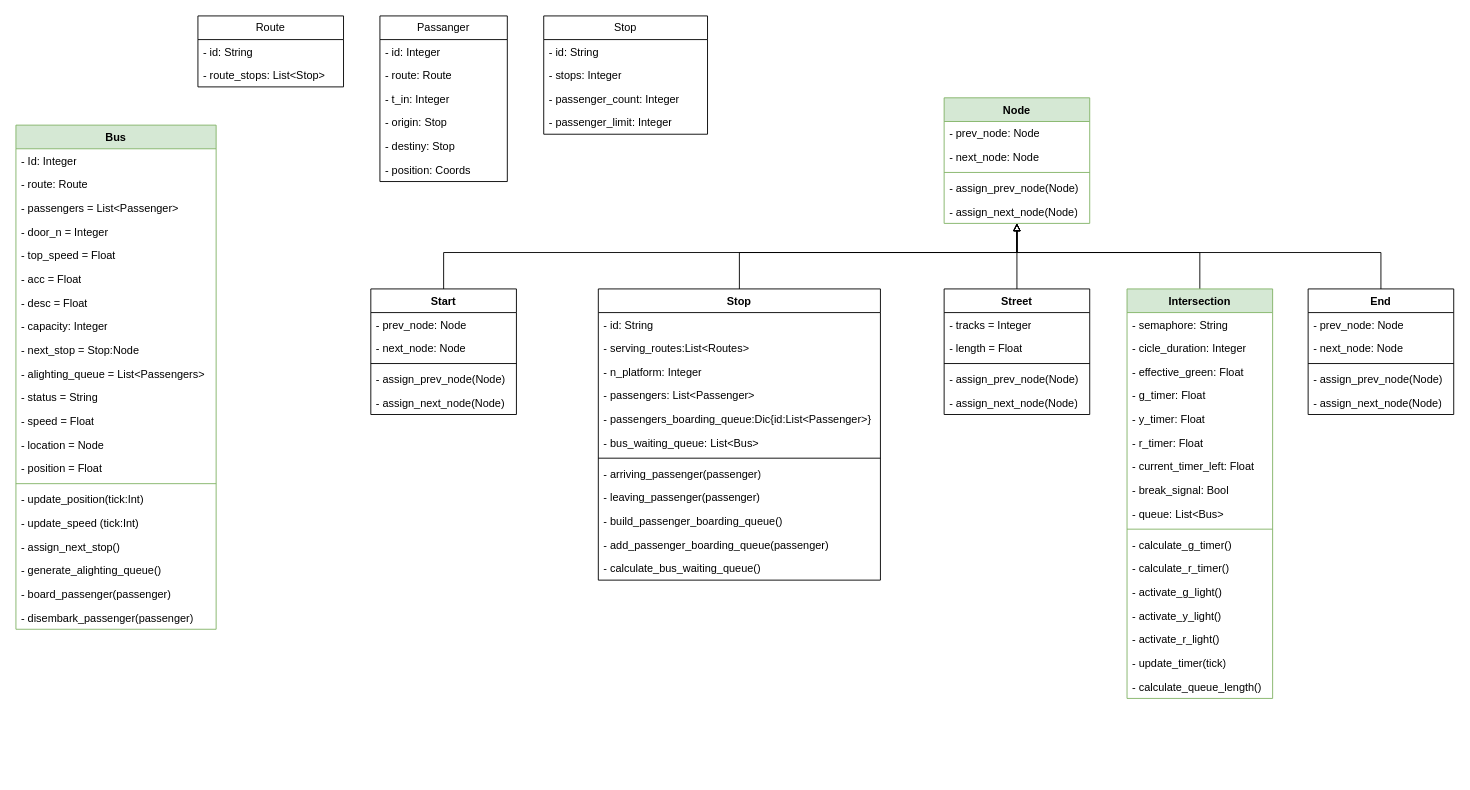
This is page "Class Diagram" (2 of 6) of Diagrams.drawio from SebastianGonzalezRP/SimVex, a draw.io file, before an edit. Source tidied: cells renumbered, new cells numbered last; positions are measured from the earlier drawing's top-left corner, leaving out a move shared by most shapes. Both pictures are drawn from the tidied source at 91%, with x=0, y=0 at pixel (15, 15).
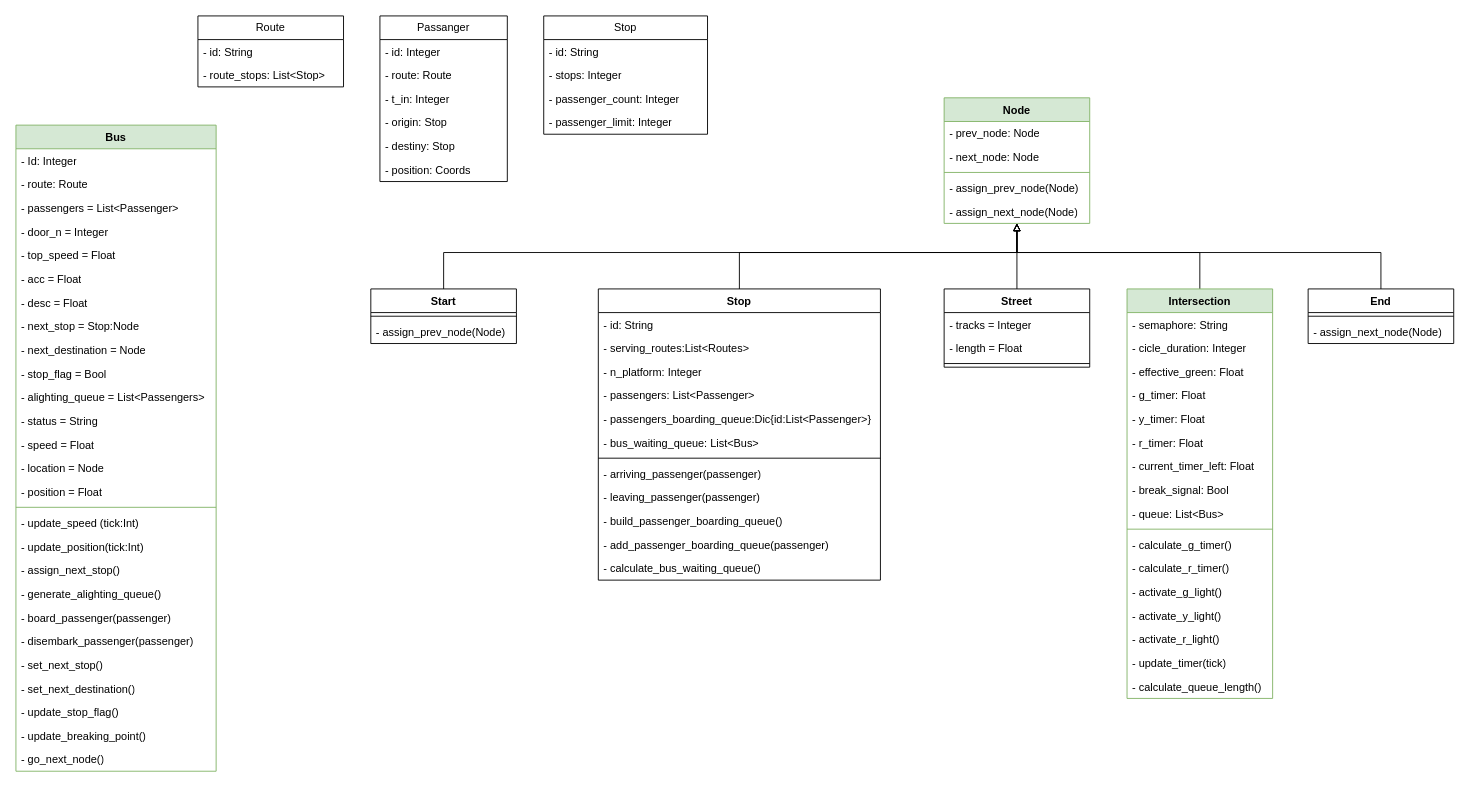
After the change.

Change to the diagram source:
```diff
@@
     <mxCell id="17" value="Bus" style="swimlane;fontStyle=1;align=center;verticalAlign=top;horizontal=1;startSize=26;whiteSpace=wrap;html=1;fillColor=#d5e8d4;strokeColor=#82b366;" parent="1" vertex="1">
-      <mxGeometry y="120" width="220" height="554" as="geometry" />
+      <mxGeometry y="120" width="220" height="710" as="geometry" />
     </mxCell>
@@
-    <mxCell id="25" value="- capacity: Integer" style="text;strokeColor=none;fillColor=none;align=left;verticalAlign=top;spacingLeft=4;spacingRight=4;overflow=hidden;whiteSpace=wrap;html=1;" parent="17" vertex="1">
-      <mxGeometry y="208" width="220" height="26" as="geometry" />
-    </mxCell>
     <mxCell id="26" value="- next_stop = Stop:Node" style="text;strokeColor=none;fillColor=none;align=left;verticalAlign=top;spacingLeft=4;spacingRight=4;overflow=hidden;whiteSpace=wrap;html=1;" parent="17" vertex="1">
-      <mxGeometry y="234" width="220" height="26" as="geometry" />
+      <mxGeometry y="208" width="220" height="26" as="geometry" />
     </mxCell>
+    <mxCell id="99" value="- next_destination = Node" style="text;strokeColor=none;fillColor=none;align=left;verticalAlign=top;spacingLeft=4;spacingRight=4;overflow=hidden;whiteSpace=wrap;html=1;" parent="17" vertex="1">
+      <mxGeometry y="234" width="220" height="26" as="geometry" />
+    </mxCell>
+    <mxCell id="100" value="- stop_flag = Bool" style="text;strokeColor=none;fillColor=none;align=left;verticalAlign=top;spacingLeft=4;spacingRight=4;overflow=hidden;whiteSpace=wrap;html=1;" parent="17" vertex="1">
+      <mxGeometry y="260" width="220" height="26" as="geometry" />
+    </mxCell>
     <mxCell id="27" value="-&amp;nbsp;alighting_queue = List&amp;lt;Passengers&amp;gt;" style="text;strokeColor=none;fillColor=none;align=left;verticalAlign=top;spacingLeft=4;spacingRight=4;overflow=hidden;whiteSpace=wrap;html=1;" parent="17" vertex="1">
-      <mxGeometry y="260" width="220" height="26" as="geometry" />
+      <mxGeometry y="286" width="220" height="26" as="geometry" />
     </mxCell>
     <mxCell id="28" value="-&amp;nbsp;status = String" style="text;strokeColor=none;fillColor=none;align=left;verticalAlign=top;spacingLeft=4;spacingRight=4;overflow=hidden;whiteSpace=wrap;html=1;" parent="17" vertex="1">
-      <mxGeometry y="286" width="220" height="26" as="geometry" />
+      <mxGeometry y="312" width="220" height="26" as="geometry" />
     </mxCell>
     <mxCell id="29" value="- speed = Float" style="text;strokeColor=none;fillColor=none;align=left;verticalAlign=top;spacingLeft=4;spacingRight=4;overflow=hidden;whiteSpace=wrap;html=1;" parent="17" vertex="1">
-      <mxGeometry y="312" width="220" height="26" as="geometry" />
+      <mxGeometry y="338" width="220" height="26" as="geometry" />
     </mxCell>
     <mxCell id="30" value="- location = Node" style="text;strokeColor=none;fillColor=none;align=left;verticalAlign=top;spacingLeft=4;spacingRight=4;overflow=hidden;whiteSpace=wrap;html=1;" parent="17" vertex="1">
-      <mxGeometry y="338" width="220" height="26" as="geometry" />
+      <mxGeometry y="364" width="220" height="26" as="geometry" />
     </mxCell>
     <mxCell id="31" value="- position = Float" style="text;strokeColor=none;fillColor=none;align=left;verticalAlign=top;spacingLeft=4;spacingRight=4;overflow=hidden;whiteSpace=wrap;html=1;" parent="17" vertex="1">
-      <mxGeometry y="364" width="220" height="26" as="geometry" />
+      <mxGeometry y="390" width="220" height="26" as="geometry" />
     </mxCell>
     <mxCell id="32" style="line;strokeWidth=1;fillColor=none;align=left;verticalAlign=middle;spacingTop=-1;spacingLeft=3;spacingRight=3;labelPosition=right;strokeColor=inherit;" parent="17" vertex="1">
-      <mxGeometry y="390" width="220" height="8" as="geometry" />
+      <mxGeometry y="416" width="220" height="8" as="geometry" />
     </mxCell>
+    <mxCell id="34" value="-&amp;nbsp;update_speed (tick:Int)" style="text;strokeColor=none;fillColor=none;align=left;verticalAlign=top;spacingLeft=4;spacingRight=4;overflow=hidden;whiteSpace=wrap;html=1;" parent="17" vertex="1">
+      <mxGeometry y="424" width="220" height="26" as="geometry" />
+    </mxCell>
     <mxCell id="33" value="-&amp;nbsp;update_position(tick:Int)" style="text;strokeColor=none;fillColor=none;align=left;verticalAlign=top;spacingLeft=4;spacingRight=4;overflow=hidden;whiteSpace=wrap;html=1;" parent="17" vertex="1">
-      <mxGeometry y="398" width="220" height="26" as="geometry" />
+      <mxGeometry y="450" width="220" height="26" as="geometry" />
     </mxCell>
-    <mxCell id="34" value="-&amp;nbsp;update_speed (tick:Int)" style="text;strokeColor=none;fillColor=none;align=left;verticalAlign=top;spacingLeft=4;spacingRight=4;overflow=hidden;whiteSpace=wrap;html=1;" parent="17" vertex="1">
-      <mxGeometry y="424" width="220" height="26" as="geometry" />
-    </mxCell>
     <mxCell id="35" value="- assign_next_stop()" style="text;strokeColor=none;fillColor=none;align=left;verticalAlign=top;spacingLeft=4;spacingRight=4;overflow=hidden;whiteSpace=wrap;html=1;" parent="17" vertex="1">
-      <mxGeometry y="450" width="220" height="26" as="geometry" />
+      <mxGeometry y="476" width="220" height="26" as="geometry" />
     </mxCell>
     <mxCell id="36" value="-&amp;nbsp;generate_alighting_queue()" style="text;strokeColor=none;fillColor=none;align=left;verticalAlign=top;spacingLeft=4;spacingRight=4;overflow=hidden;whiteSpace=wrap;html=1;" parent="17" vertex="1">
-      <mxGeometry y="476" width="220" height="26" as="geometry" />
+      <mxGeometry y="502" width="220" height="26" as="geometry" />
     </mxCell>
     <mxCell id="37" value="-&amp;nbsp;board_passenger(passenger)" style="text;strokeColor=none;fillColor=none;align=left;verticalAlign=top;spacingLeft=4;spacingRight=4;overflow=hidden;whiteSpace=wrap;html=1;" parent="17" vertex="1">
-      <mxGeometry y="502" width="220" height="26" as="geometry" />
+      <mxGeometry y="528" width="220" height="26" as="geometry" />
     </mxCell>
     <mxCell id="38" value="-&amp;nbsp;disembark_passenger(passenger)" style="text;strokeColor=none;fillColor=none;align=left;verticalAlign=top;spacingLeft=4;spacingRight=4;overflow=hidden;whiteSpace=wrap;html=1;" parent="17" vertex="1">
-      <mxGeometry y="528" width="220" height="26" as="geometry" />
+      <mxGeometry y="554" width="220" height="26" as="geometry" />
     </mxCell>
+    <mxCell id="101" value="- set_next_stop()" style="text;strokeColor=none;fillColor=none;align=left;verticalAlign=top;spacingLeft=4;spacingRight=4;overflow=hidden;whiteSpace=wrap;html=1;" parent="17" vertex="1">
+      <mxGeometry y="580" width="220" height="26" as="geometry" />
+    </mxCell>
+    <mxCell id="102" value="- set_next_destination()" style="text;strokeColor=none;fillColor=none;align=left;verticalAlign=top;spacingLeft=4;spacingRight=4;overflow=hidden;whiteSpace=wrap;html=1;" parent="17" vertex="1">
+      <mxGeometry y="606" width="220" height="26" as="geometry" />
+    </mxCell>
+    <mxCell id="103" value="- update_stop_flag()" style="text;strokeColor=none;fillColor=none;align=left;verticalAlign=top;spacingLeft=4;spacingRight=4;overflow=hidden;whiteSpace=wrap;html=1;" parent="17" vertex="1">
+      <mxGeometry y="632" width="220" height="26" as="geometry" />
+    </mxCell>
+    <mxCell id="104" value="- update_breaking_point()" style="text;strokeColor=none;fillColor=none;align=left;verticalAlign=top;spacingLeft=4;spacingRight=4;overflow=hidden;whiteSpace=wrap;html=1;" parent="17" vertex="1">
+      <mxGeometry y="658" width="220" height="26" as="geometry" />
+    </mxCell>
+    <mxCell id="105" value="- go_next_node()" style="text;strokeColor=none;fillColor=none;align=left;verticalAlign=top;spacingLeft=4;spacingRight=4;overflow=hidden;whiteSpace=wrap;html=1;" parent="17" vertex="1">
+      <mxGeometry y="684" width="220" height="26" as="geometry" />
+    </mxCell>
@@
     <mxCell id="46" value="Street" style="swimlane;fontStyle=1;align=center;verticalAlign=top;horizontal=1;startSize=26;whiteSpace=wrap;html=1;" parent="1" vertex="1">
-      <mxGeometry x="1020" y="300" width="160" height="138" as="geometry" />
+      <mxGeometry x="1020" y="300" width="160" height="86" as="geometry" />
     </mxCell>
@@
-    <mxCell id="50" value="-&amp;nbsp;assign_prev_node(Node)" style="text;strokeColor=none;fillColor=none;align=left;verticalAlign=top;spacingLeft=4;spacingRight=4;overflow=hidden;whiteSpace=wrap;html=1;" parent="46" vertex="1">
-      <mxGeometry y="86" width="160" height="26" as="geometry" />
-    </mxCell>
-    <mxCell id="51" value="-&amp;nbsp;assign_next_node(Node)" style="text;strokeColor=none;fillColor=none;align=left;verticalAlign=top;spacingLeft=4;spacingRight=4;overflow=hidden;whiteSpace=wrap;html=1;" parent="46" vertex="1">
-      <mxGeometry y="112" width="160" height="26" as="geometry" />
-    </mxCell>
@@
     <mxCell id="53" value="End" style="swimlane;fontStyle=1;align=center;verticalAlign=top;horizontal=1;startSize=26;whiteSpace=wrap;html=1;" parent="1" vertex="1">
-      <mxGeometry x="1420" y="300" width="160" height="138" as="geometry" />
+      <mxGeometry x="1420" y="300" width="160" height="60" as="geometry" />
     </mxCell>
-    <mxCell id="54" value="-&amp;nbsp;prev_node: Node" style="text;strokeColor=none;fillColor=none;align=left;verticalAlign=top;spacingLeft=4;spacingRight=4;overflow=hidden;whiteSpace=wrap;html=1;" parent="53" vertex="1">
-      <mxGeometry y="26" width="160" height="26" as="geometry" />
-    </mxCell>
-    <mxCell id="55" value="-&amp;nbsp;next_node: Node" style="text;strokeColor=none;fillColor=none;align=left;verticalAlign=top;spacingLeft=4;spacingRight=4;overflow=hidden;whiteSpace=wrap;html=1;" parent="53" vertex="1">
-      <mxGeometry y="52" width="160" height="26" as="geometry" />
-    </mxCell>
     <mxCell id="56" style="line;strokeWidth=1;fillColor=none;align=left;verticalAlign=middle;spacingTop=-1;spacingLeft=3;spacingRight=3;labelPosition=right;strokeColor=inherit;" parent="53" vertex="1">
-      <mxGeometry y="78" width="160" height="8" as="geometry" />
+      <mxGeometry y="26" width="160" height="8" as="geometry" />
     </mxCell>
-    <mxCell id="57" value="-&amp;nbsp;assign_prev_node(Node)" style="text;strokeColor=none;fillColor=none;align=left;verticalAlign=top;spacingLeft=4;spacingRight=4;overflow=hidden;whiteSpace=wrap;html=1;" parent="53" vertex="1">
-      <mxGeometry y="86" width="160" height="26" as="geometry" />
-    </mxCell>
     <mxCell id="58" value="-&amp;nbsp;assign_next_node(Node)" style="text;strokeColor=none;fillColor=none;align=left;verticalAlign=top;spacingLeft=4;spacingRight=4;overflow=hidden;whiteSpace=wrap;html=1;" parent="53" vertex="1">
-      <mxGeometry y="112" width="160" height="26" as="geometry" />
+      <mxGeometry y="34" width="160" height="26" as="geometry" />
     </mxCell>
@@
     <mxCell id="60" value="Start" style="swimlane;fontStyle=1;align=center;verticalAlign=top;horizontal=1;startSize=26;whiteSpace=wrap;html=1;" parent="1" vertex="1">
-      <mxGeometry x="390" y="300" width="160" height="138" as="geometry" />
+      <mxGeometry x="390" y="300" width="160" height="60" as="geometry" />
     </mxCell>
-    <mxCell id="61" value="-&amp;nbsp;prev_node: Node" style="text;strokeColor=none;fillColor=none;align=left;verticalAlign=top;spacingLeft=4;spacingRight=4;overflow=hidden;whiteSpace=wrap;html=1;" parent="60" vertex="1">
-      <mxGeometry y="26" width="160" height="26" as="geometry" />
-    </mxCell>
-    <mxCell id="62" value="-&amp;nbsp;next_node: Node" style="text;strokeColor=none;fillColor=none;align=left;verticalAlign=top;spacingLeft=4;spacingRight=4;overflow=hidden;whiteSpace=wrap;html=1;" parent="60" vertex="1">
-      <mxGeometry y="52" width="160" height="26" as="geometry" />
-    </mxCell>
     <mxCell id="63" style="line;strokeWidth=1;fillColor=none;align=left;verticalAlign=middle;spacingTop=-1;spacingLeft=3;spacingRight=3;labelPosition=right;strokeColor=inherit;" parent="60" vertex="1">
-      <mxGeometry y="78" width="160" height="8" as="geometry" />
+      <mxGeometry y="26" width="160" height="8" as="geometry" />
     </mxCell>
     <mxCell id="64" value="-&amp;nbsp;assign_prev_node(Node)" style="text;strokeColor=none;fillColor=none;align=left;verticalAlign=top;spacingLeft=4;spacingRight=4;overflow=hidden;whiteSpace=wrap;html=1;" parent="60" vertex="1">
-      <mxGeometry y="86" width="160" height="26" as="geometry" />
+      <mxGeometry y="34" width="160" height="26" as="geometry" />
     </mxCell>
-    <mxCell id="65" value="-&amp;nbsp;assign_next_node(Node)" style="text;strokeColor=none;fillColor=none;align=left;verticalAlign=top;spacingLeft=4;spacingRight=4;overflow=hidden;whiteSpace=wrap;html=1;" parent="60" vertex="1">
-      <mxGeometry y="112" width="160" height="26" as="geometry" />
-    </mxCell>
```
